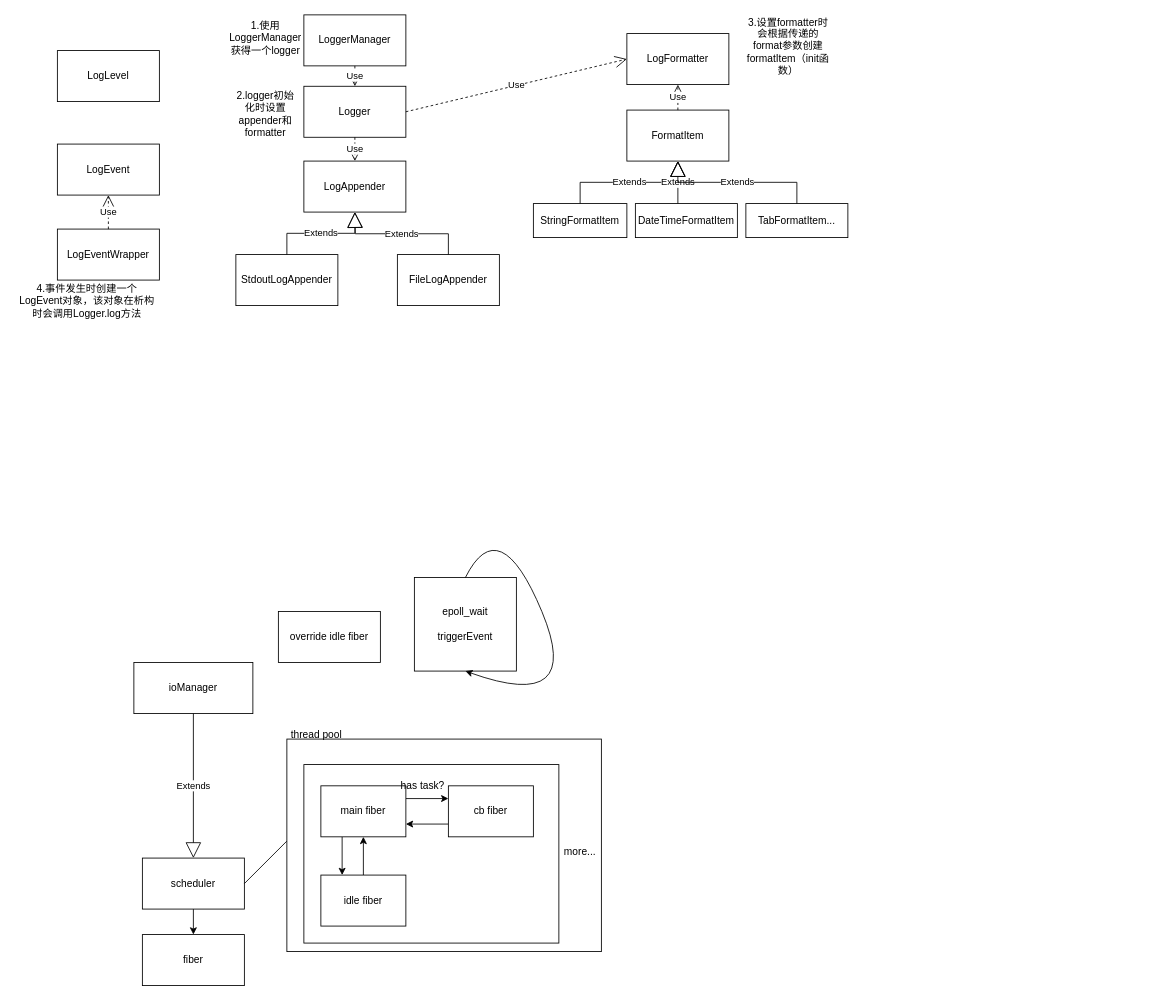
Above: sylar.drawio in ksd11/charts (draw.io), before the change. Source tidied: cells renumbered, new cells numbered last; positions are measured from the earlier drawing's top-left corner, leaving out a move shared by most shapes. Both pictures are drawn from the tidied source at 85%, with x=0, y=0 at pixel (14, 14).
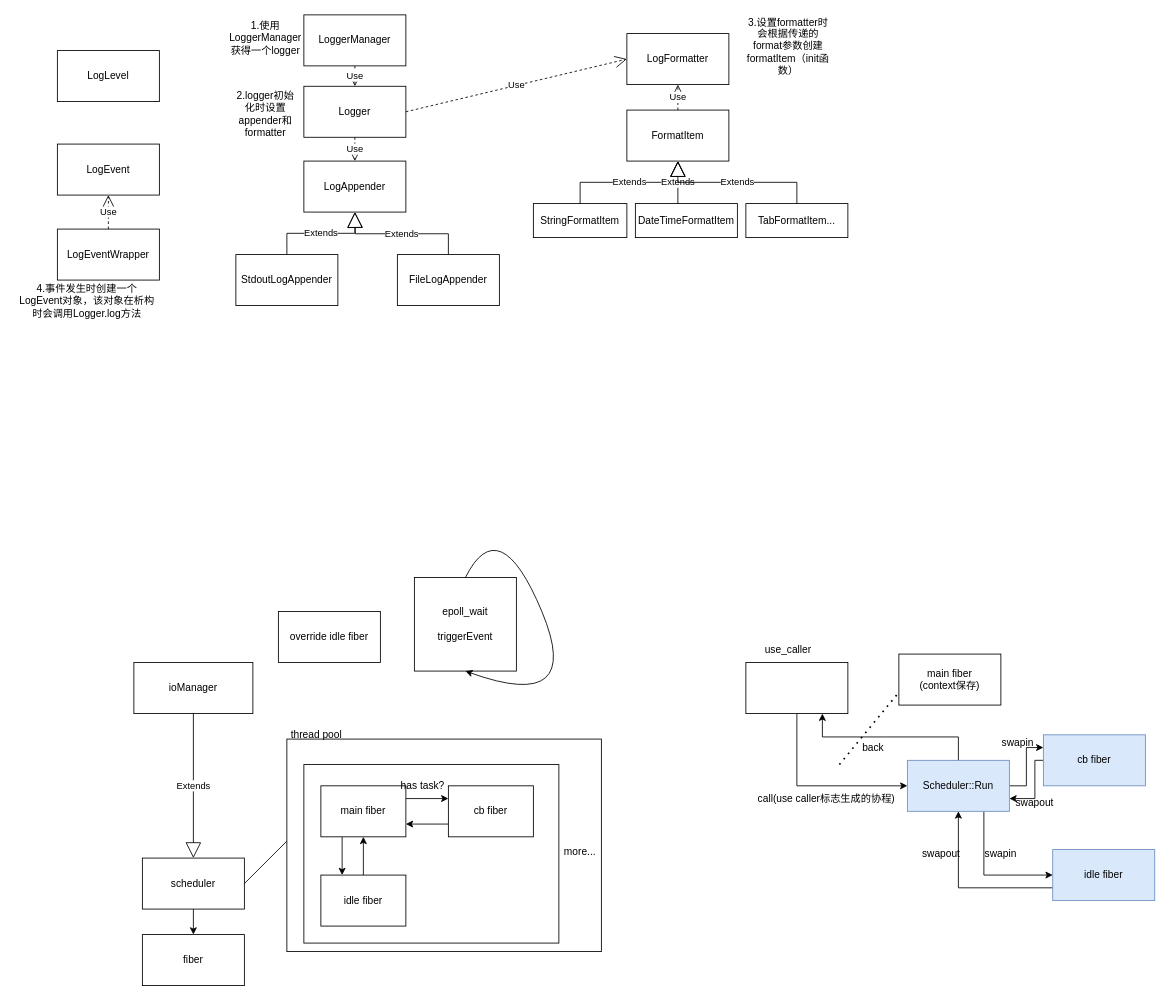
After the change.

Change to the diagram source:
```diff
@@
+    <mxCell id="50" style="edgeStyle=orthogonalEdgeStyle;rounded=0;jettySize=auto;html=1;exitX=0.5;exitY=1;exitDx=0;exitDy=0;entryX=0;entryY=0.5;entryDx=0;entryDy=0;" parent="1" edge="1" source="51" target="56">
+      <mxGeometry relative="1" as="geometry" />
+    </mxCell>
+    <mxCell id="51" style="rounded=0;whiteSpace=wrap;html=1;" parent="1" vertex="1">
+      <mxGeometry x="860" y="762" width="120" height="60" as="geometry" />
+    </mxCell>
+    <mxCell id="52" value="use_caller" style="text;html=1;align=center;verticalAlign=middle;whiteSpace=wrap;rounded=0;" parent="1" vertex="1">
+      <mxGeometry x="880" y="732" width="60" height="30" as="geometry" />
+    </mxCell>
+    <mxCell id="53" style="edgeStyle=orthogonalEdgeStyle;rounded=0;jettySize=auto;html=1;exitX=0.5;exitY=0;exitDx=0;exitDy=0;entryX=0.75;entryY=1;entryDx=0;entryDy=0;" parent="1" edge="1" source="56" target="51">
+      <mxGeometry relative="1" as="geometry" />
+    </mxCell>
+    <mxCell id="54" style="edgeStyle=orthogonalEdgeStyle;rounded=0;jettySize=auto;html=1;exitX=1;exitY=0.5;exitDx=0;exitDy=0;entryX=0;entryY=0.25;entryDx=0;entryDy=0;" parent="1" edge="1" source="56" target="60">
+      <mxGeometry relative="1" as="geometry" />
+    </mxCell>
+    <mxCell id="55" style="edgeStyle=orthogonalEdgeStyle;rounded=0;jettySize=auto;html=1;exitX=0.75;exitY=1;exitDx=0;exitDy=0;entryX=0;entryY=0.5;entryDx=0;entryDy=0;" parent="1" edge="1" source="56" target="58">
+      <mxGeometry relative="1" as="geometry" />
+    </mxCell>
+    <mxCell id="56" value="Scheduler::Run" style="rounded=0;whiteSpace=wrap;html=1;fillColor=#dae8fc;strokeColor=#6c8ebf;" parent="1" vertex="1">
+      <mxGeometry x="1050" y="877" width="120" height="60" as="geometry" />
+    </mxCell>
+    <mxCell id="57" style="edgeStyle=orthogonalEdgeStyle;rounded=0;jettySize=auto;html=1;exitX=0;exitY=0.75;exitDx=0;exitDy=0;entryX=0.5;entryY=1;entryDx=0;entryDy=0;" parent="1" edge="1" source="58" target="56">
+      <mxGeometry relative="1" as="geometry" />
+    </mxCell>
+    <mxCell id="58" value="idle fiber" style="rounded=0;whiteSpace=wrap;html=1;fillColor=#dae8fc;strokeColor=#6c8ebf;" parent="1" vertex="1">
+      <mxGeometry x="1221" y="982" width="120" height="60" as="geometry" />
+    </mxCell>
+    <mxCell id="59" style="edgeStyle=orthogonalEdgeStyle;rounded=0;jettySize=auto;html=1;exitX=0;exitY=0.5;exitDx=0;exitDy=0;entryX=1;entryY=0.75;entryDx=0;entryDy=0;" parent="1" edge="1" source="60" target="56">
+      <mxGeometry relative="1" as="geometry">
+        <Array as="points">
+          <mxPoint x="1200" y="877" />
+          <mxPoint x="1200" y="922" />
+        </Array>
+      </mxGeometry>
+    </mxCell>
+    <mxCell id="60" value="cb fiber" style="rounded=0;whiteSpace=wrap;html=1;fillColor=#dae8fc;strokeColor=#6c8ebf;" parent="1" vertex="1">
+      <mxGeometry x="1210" y="847" width="120" height="60" as="geometry" />
+    </mxCell>
+    <mxCell id="61" value="call(use caller标志生成的协程)" style="text;html=1;align=center;verticalAlign=middle;whiteSpace=wrap;rounded=0;" parent="1" vertex="1">
+      <mxGeometry x="870" y="907" width="170" height="30" as="geometry" />
+    </mxCell>
+    <mxCell id="62" value="back" style="text;html=1;align=center;verticalAlign=middle;whiteSpace=wrap;rounded=0;" parent="1" vertex="1">
+      <mxGeometry x="980" y="847" width="60" height="30" as="geometry" />
+    </mxCell>
+    <mxCell id="63" value="swapin" style="text;html=1;align=center;verticalAlign=middle;whiteSpace=wrap;rounded=0;" parent="1" vertex="1">
+      <mxGeometry x="1150" y="842" width="60" height="30" as="geometry" />
+    </mxCell>
+    <mxCell id="64" value="swapout" style="text;html=1;align=center;verticalAlign=middle;whiteSpace=wrap;rounded=0;" parent="1" vertex="1">
+      <mxGeometry x="1170" y="912" width="60" height="30" as="geometry" />
+    </mxCell>
+    <mxCell id="65" value="swapin" style="text;html=1;align=center;verticalAlign=middle;whiteSpace=wrap;rounded=0;" parent="1" vertex="1">
+      <mxGeometry x="1130" y="972" width="60" height="30" as="geometry" />
+    </mxCell>
+    <mxCell id="66" value="swapout" style="text;html=1;align=center;verticalAlign=middle;whiteSpace=wrap;rounded=0;" parent="1" vertex="1">
+      <mxGeometry x="1060" y="972" width="60" height="30" as="geometry" />
+    </mxCell>
+    <mxCell id="67" value="main fiber&lt;div&gt;(context保存)&lt;/div&gt;" style="rounded=0;whiteSpace=wrap;html=1;" parent="1" vertex="1">
+      <mxGeometry x="1040" y="752" width="120" height="60" as="geometry" />
+    </mxCell>
+    <mxCell id="68" style="endArrow=none;dashed=1;html=1;dashPattern=1 3;strokeWidth=2;rounded=0;entryX=0;entryY=0.75;entryDx=0;entryDy=0;" parent="1" edge="1" target="67">
+      <mxGeometry relative="1" as="geometry">
+        <mxPoint x="970" y="882" as="sourcePoint" />
+      </mxGeometry>
+    </mxCell>
```
